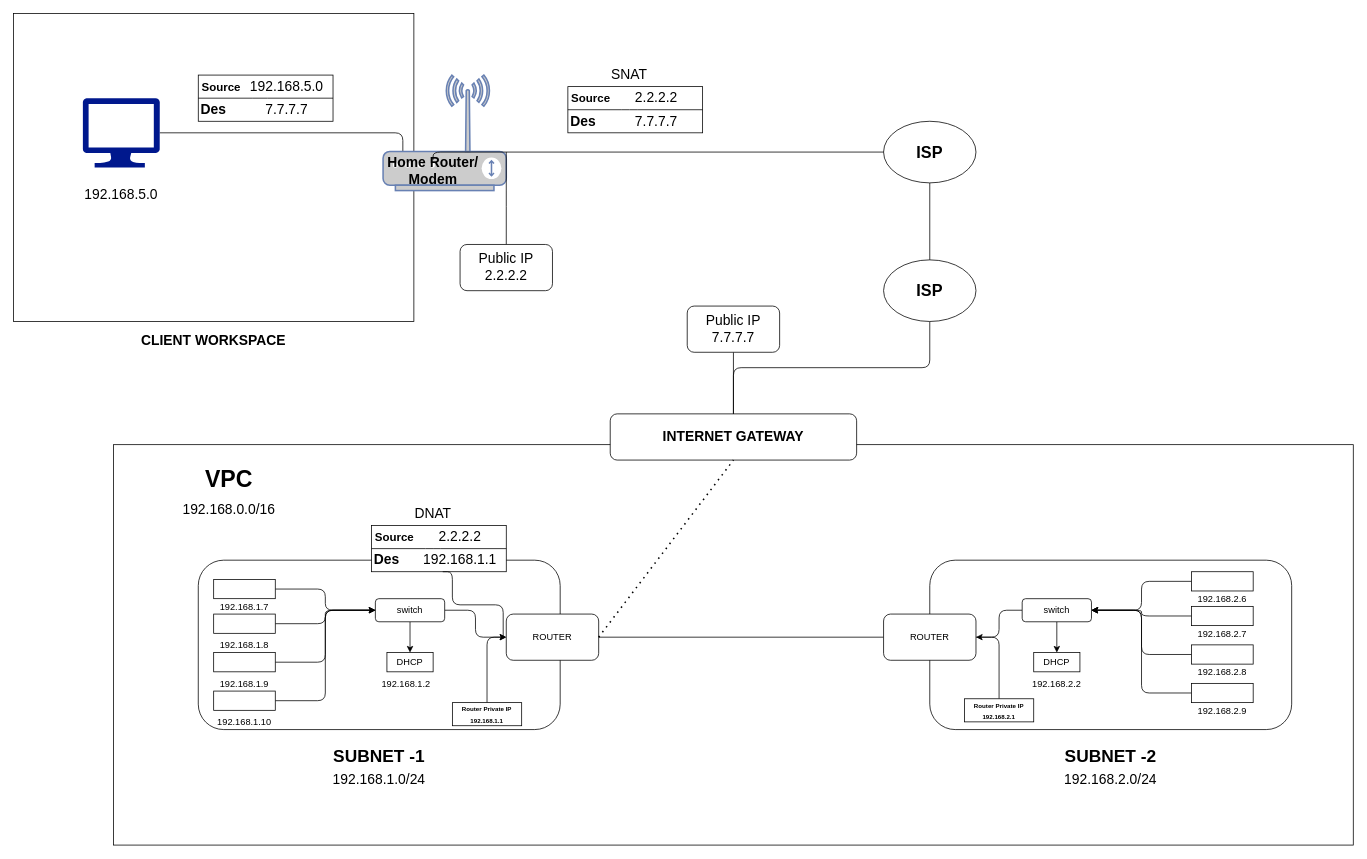
The draw.io diagram Untitled Diagram.drawio in ashishworkspace/aws-diagram, before the edit. Source tidied: cells renumbered, new cells numbered last; positions are measured from the earlier drawing's top-left corner, leaving out a move shared by most shapes. Both pictures are drawn from the tidied source at 77%, with x=0, y=0 at pixel (13, 13).
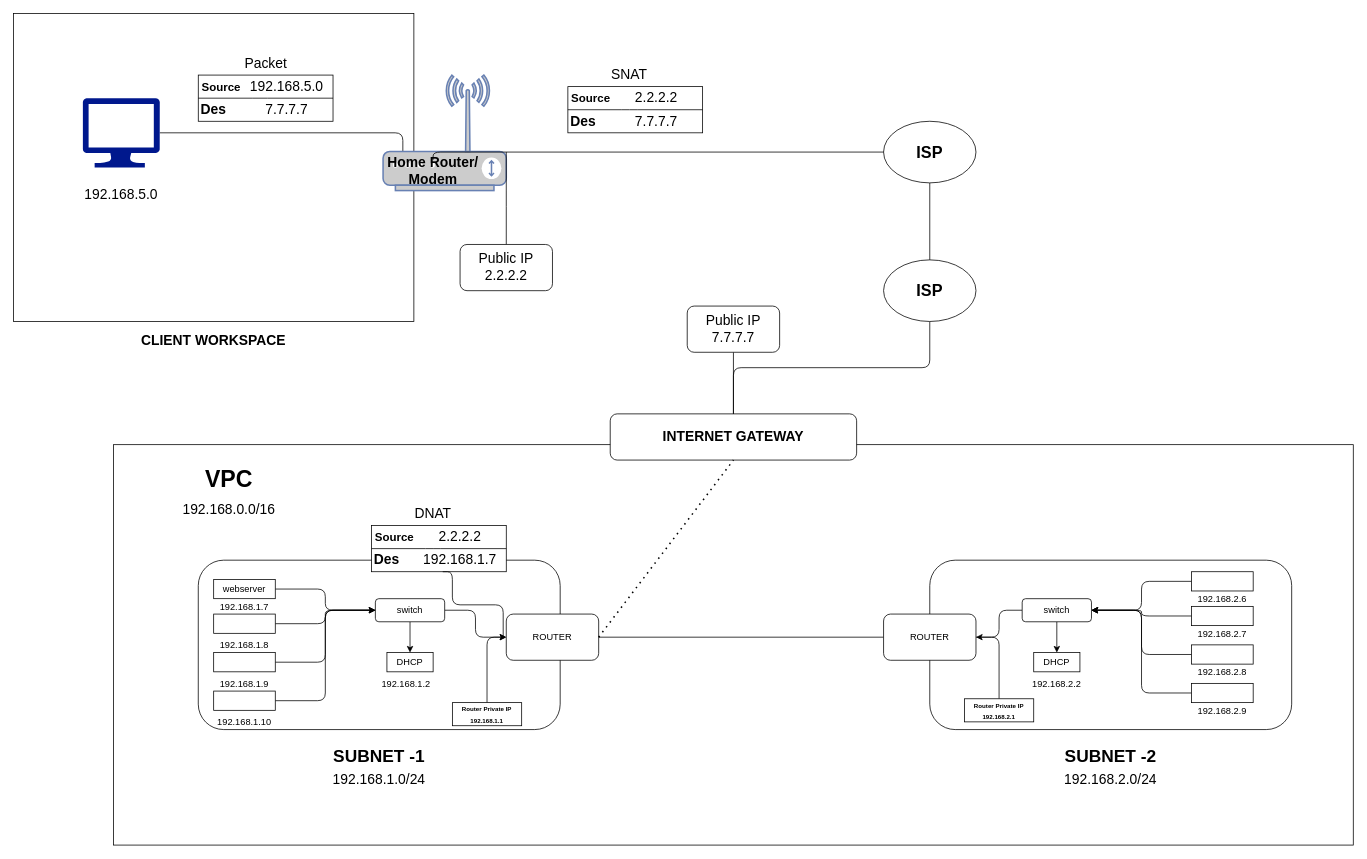
After the change.

What changed in the source:
```diff
@@
-    <mxCell id="16" style="rounded=0;whiteSpace=wrap;html=1;" parent="1" vertex="1">
+    <mxCell id="16" value="webserver" style="rounded=0;whiteSpace=wrap;html=1;" parent="1" vertex="1">
       <mxGeometry x="260" y="735" width="80" height="25" as="geometry" />
     </mxCell>
@@
-    <mxCell id="89" value="192.168.1.1" style="text;html=1;strokeColor=none;fillColor=none;align=center;verticalAlign=middle;whiteSpace=wrap;rounded=0;fontSize=18;" parent="1" vertex="1">
+    <mxCell id="89" value="192.168.1.7" style="text;html=1;strokeColor=none;fillColor=none;align=center;verticalAlign=middle;whiteSpace=wrap;rounded=0;fontSize=18;" parent="1" vertex="1">
       <mxGeometry x="535" y="695" width="90" height="30" as="geometry" />
     </mxCell>
@@
+    <mxCell id="91" value="Packet" style="text;html=1;strokeColor=none;fillColor=none;align=center;verticalAlign=middle;whiteSpace=wrap;rounded=0;fontSize=18;" parent="1" vertex="1">
+      <mxGeometry x="297.5" y="50" width="60" height="30" as="geometry" />
+    </mxCell>
```
